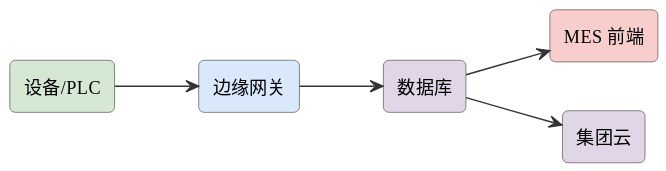
Before: assets/diagrams/ideas-fig72.svg, a diagram exported from PlantUML (mingyi0818/IntelligentMcuCourse).
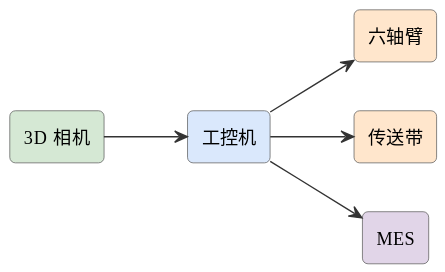
Later version of the same file.

Diff of the diagram source:
```diff
@@ -6,13 +6,13 @@
 skinparam arrowFontSize 11
 skinparam arrowColor #333
 left to right direction
-rectangle "设备/PLC" as plc #d5e8d4
-rectangle "边缘网关" as edge #dae8fc
-rectangle "数据库" as db #e1d5e8
-rectangle "MES 前端" as mes #f8cecc
-rectangle "集团云" as cloud #e1d5e8
-plc --> edge
-edge --> db
-db --> mes
-db --> cloud
+rectangle "3D 相机" as cam3 #d5e8d4
+rectangle "工控机" as pc #dae8fc
+rectangle "六轴臂" as arm #ffe6cc
+rectangle "传送带" as conv #ffe6cc
+rectangle "MES" as mes #e1d5e8
+cam3 --> pc
+pc --> arm
+pc --> conv
+pc --> mes
 @enduml
```
